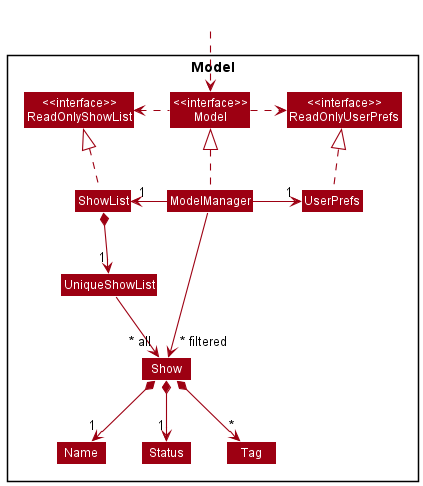
This is docs/images/ModelClassDiagram.png from nus-cs2103-AY2122S2/tp, a PlantUML export, as it was before one commit.
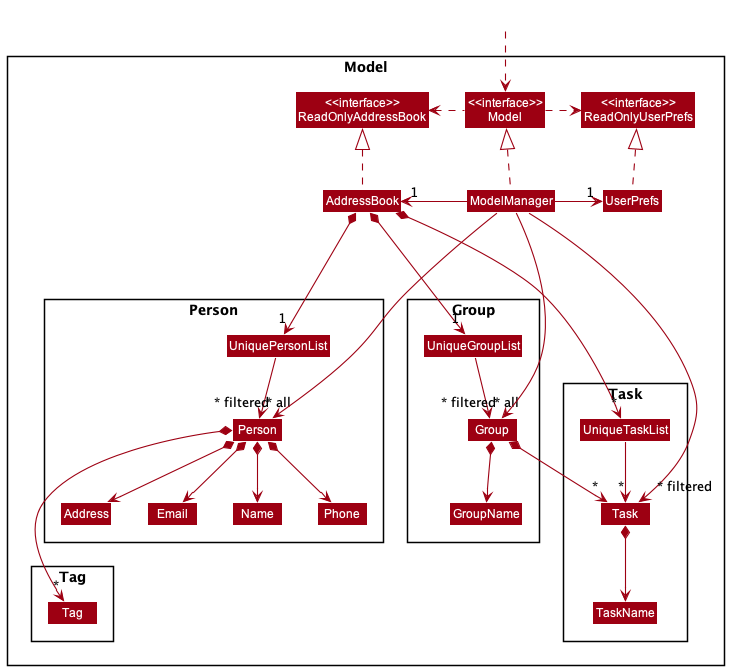
Above is the later version.

Commit message:
Update model diagram

The edit, as a diff of the source:
```diff
@@ -5,41 +5,76 @@
 skinparam classBackgroundColor MODEL_COLOR
 
 Package Model <<Rectangle>>{
-Class "<<interface>>\nReadOnlyShowList" as ReadOnlyShowList
+Class "<<interface>>\nReadOnlyAddressBook" as ReadOnlyAddressBook
 Class "<<interface>>\nReadOnlyUserPrefs" as ReadOnlyUserPrefs
 Class "<<interface>>\nModel" as Model
-Class ShowList
+Class AddressBook
 Class ModelManager
 Class UserPrefs
 
-Class UniqueShowList
-Class Show
-Class Status
+Package Person <<Rectangle>>{
+Class UniquePersonList
+Class Person
+Class Address
+Class Email
 Class Name
+Class Phone
+}
+
+Package Tag <<Rectangle>>{
 Class Tag
+}
+
+Package Group <<Rectangle>>{
+Class UniqueGroupList
+Class Group
+Class GroupName
+}
+
+Package Task <<Rectangle>>{
+Class UniqueTaskList
+Class Task
+Class TaskName
+}
 
 }
+
+
 
 Class HiddenOutside #FFFFFF
 HiddenOutside ..> Model
 
-ShowList .up.|> ReadOnlyShowList
+AddressBook .up.|> ReadOnlyAddressBook
 
 ModelManager .up.|> Model
 Model .right.> ReadOnlyUserPrefs
-Model .left.> ReadOnlyShowList
-ModelManager -left-> "1" ShowList
+Model .left.> ReadOnlyAddressBook
+ModelManager -left-> "1" AddressBook
 ModelManager -right-> "1" UserPrefs
 UserPrefs .up.|> ReadOnlyUserPrefs
 
-ShowList *--> "1" UniqueShowList
-UniqueShowList --> "~* all" Show
-Show *--> "1" Name
-Show *--> "1" Status
-Show *--> "*" Tag
+AddressBook *--> "1" UniquePersonList
+UniquePersonList --> "~* all" Person
+Person *--> Name
+Person *--> Phone
+Person *--> Email
+Person *--> Address
+Person *---> "*" Tag
 
-Name -[hidden]right-> Status
-Status -[hidden]right->  Tag
+Name -[hidden]right-> Phone
+Phone -[hidden]right-> Address
+Address -[hidden]right-> Email
 
-ModelManager -->"~* filtered" Show
+AddressBook *--> "1" UniqueGroupList
+UniqueGroupList --> "~* all" Group
+Group *--> GroupName
+Group *--> "*" Task
+
+AddressBook *--> "*" UniqueTaskList
+UniqueTaskList --> "~*" Task
+Task *--> TaskName
+
+ModelManager ---->"~* filtered" Person
+ModelManager ---->"~* filtered" Group
+ModelManager ---->"~* filtered" Task
 @enduml
```
